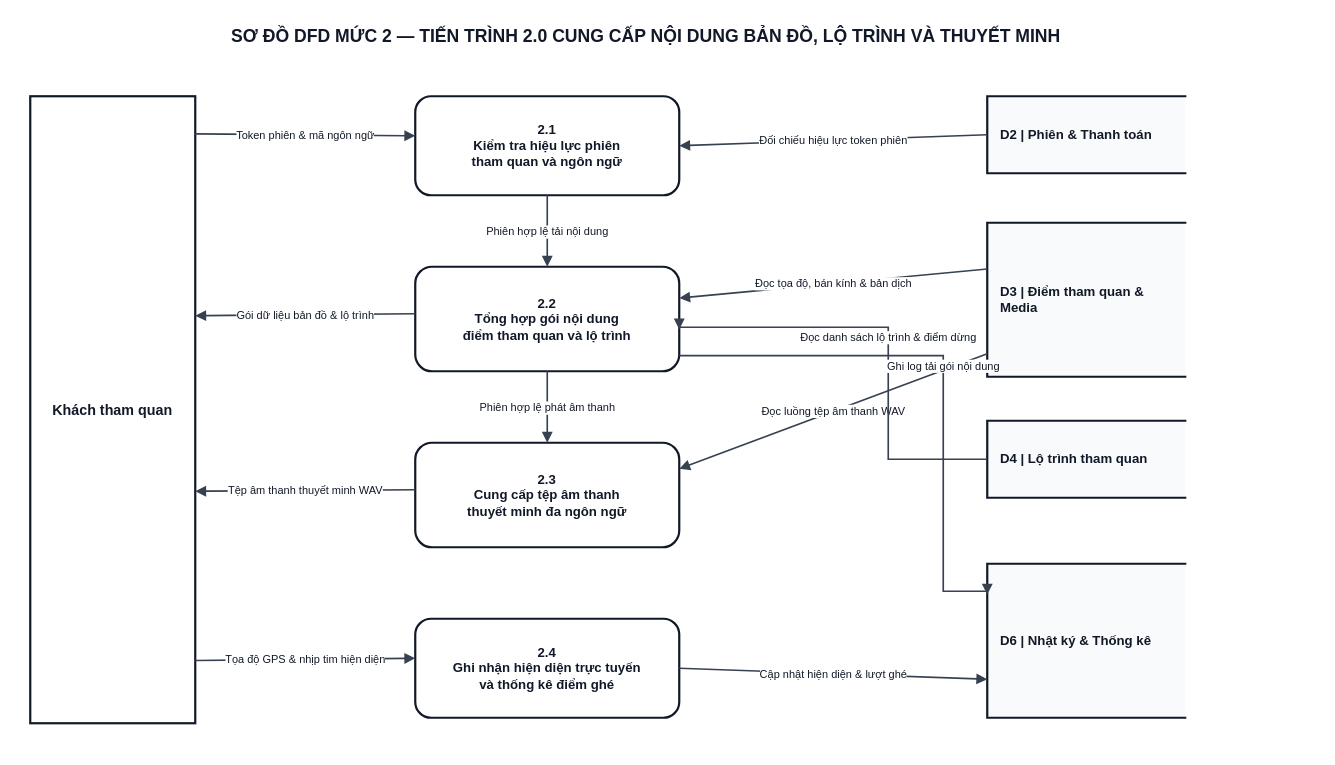
Earlier version of the draw.io diagram docs/diagram/dfd/DFD_Level_2_P2_Visitor_Content_Audio.drawio (Kazuken123/prj_sgu26_cnpm). Source tidied: cells renumbered, new cells numbered last; positions are measured from the earlier drawing's top-left corner, leaving out a move shared by most shapes. Both pictures are drawn from the tidied source at 110%, with x=0, y=0 at pixel (30, 19).
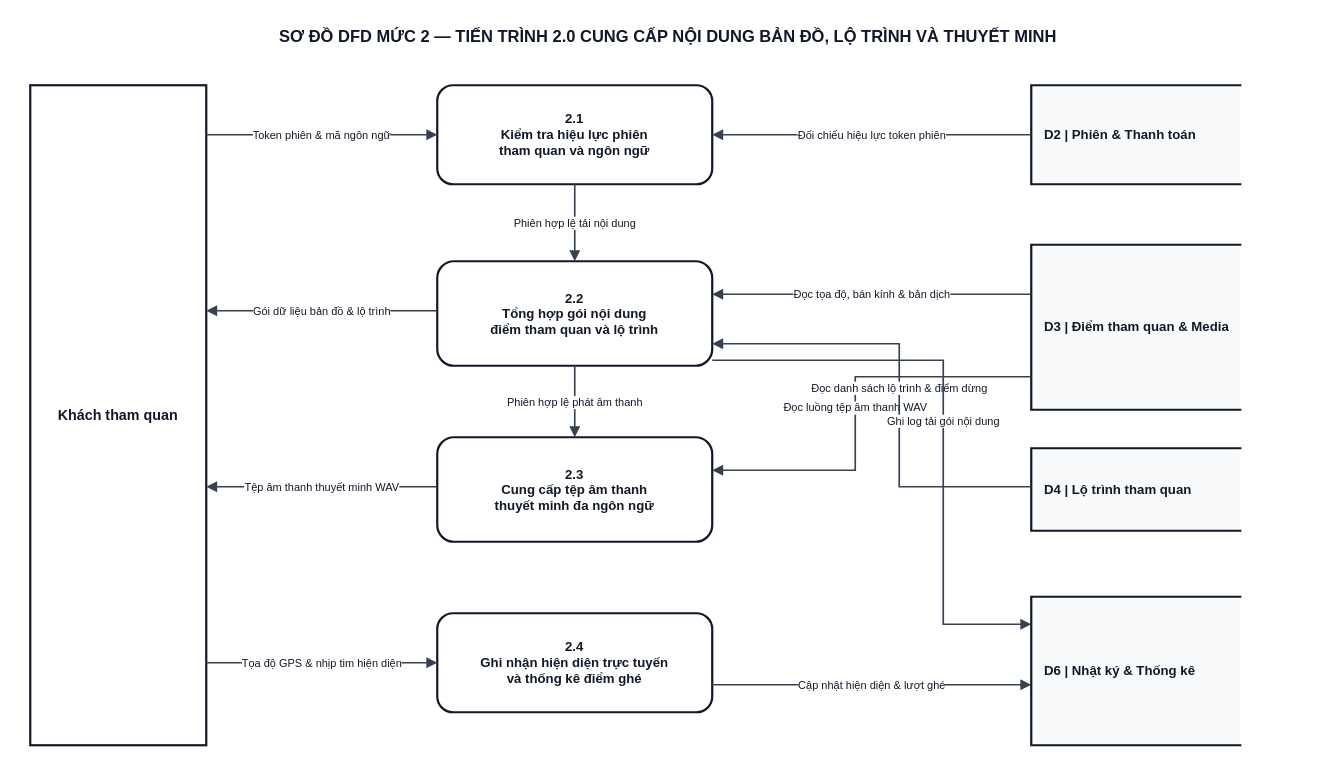
The same page after the edit.

What changed in the source:
```diff
@@
-    <mxCell id="2" value="SƠ ĐỒ DFD MỨC 2 — TIẾN TRÌNH 2.0 CUNG CẤP NỘI DUNG BẢN ĐỒ, LỘ TRÌNH VÀ THUYẾT MINH" style="text;html=1;align=center;verticalAlign=middle;whiteSpace=wrap;fontFamily=Arial;fontSize=16;fontStyle=1;fillColor=none;strokeColor=none;fontColor=#111827;" parent="1" vertex="1">
-      <mxGeometry width="1120" height="30" as="geometry" />
+    <mxCell id="2" value="SƠ ĐỒ DFD MỨC 2 — TIẾN TRÌNH 2.0 CUNG CẤP NỘI DUNG BẢN ĐỒ, LỘ TRÌNH VÀ THUYẾT MINH" style="text;html=1;align=center;verticalAlign=middle;whiteSpace=wrap;fontFamily=Arial;fontSize=15;fontStyle=1;fillColor=none;strokeColor=none;fontColor=#111827;" parent="1" vertex="1">
+      <mxGeometry x="-10" width="1180" height="30" as="geometry" />
     </mxCell>
     <mxCell id="3" value="Khách tham quan" style="rounded=0;whiteSpace=wrap;html=1;fillColor=#FFFFFF;strokeColor=#111827;strokeWidth=2;fontFamily=Arial;fontSize=13;fontStyle=1;fontColor=#111827;align=center;" parent="1" vertex="1">
-      <mxGeometry y="70" width="150" height="570" as="geometry" />
+      <mxGeometry y="60" width="160" height="600" as="geometry" />
     </mxCell>
     <mxCell id="4" value="&lt;b&gt;2.1&lt;/b&gt;&lt;br/&gt;Kiểm tra hiệu lực phiên&lt;br/&gt;tham quan và ngôn ngữ" style="rounded=1;arcSize=16;whiteSpace=wrap;html=1;fillColor=#FFFFFF;strokeColor=#111827;strokeWidth=2;fontFamily=Arial;fontSize=12;fontStyle=1;fontColor=#111827;align=center;" parent="1" vertex="1">
-      <mxGeometry x="350" y="70" width="240" height="90" as="geometry" />
+      <mxGeometry x="370" y="60" width="250" height="90" as="geometry" />
     </mxCell>
     <mxCell id="5" value="&lt;b&gt;2.2&lt;/b&gt;&lt;br/&gt;Tổng hợp gói nội dung&lt;br/&gt;điểm tham quan và lộ trình" style="rounded=1;arcSize=16;whiteSpace=wrap;html=1;fillColor=#FFFFFF;strokeColor=#111827;strokeWidth=2;fontFamily=Arial;fontSize=12;fontStyle=1;fontColor=#111827;align=center;" parent="1" vertex="1">
-      <mxGeometry x="350" y="225" width="240" height="95" as="geometry" />
+      <mxGeometry x="370" y="220" width="250" height="95" as="geometry" />
     </mxCell>
     <mxCell id="6" value="&lt;b&gt;2.3&lt;/b&gt;&lt;br/&gt;Cung cấp tệp âm thanh&lt;br/&gt;thuyết minh đa ngôn ngữ" style="rounded=1;arcSize=16;whiteSpace=wrap;html=1;fillColor=#FFFFFF;strokeColor=#111827;strokeWidth=2;fontFamily=Arial;fontSize=12;fontStyle=1;fontColor=#111827;align=center;" parent="1" vertex="1">
-      <mxGeometry x="350" y="385" width="240" height="95" as="geometry" />
+      <mxGeometry x="370" y="380" width="250" height="95" as="geometry" />
     </mxCell>
     <mxCell id="7" value="&lt;b&gt;2.4&lt;/b&gt;&lt;br/&gt;Ghi nhận hiện diện trực tuyến&lt;br/&gt;và thống kê điểm ghé" style="rounded=1;arcSize=16;whiteSpace=wrap;html=1;fillColor=#FFFFFF;strokeColor=#111827;strokeWidth=2;fontFamily=Arial;fontSize=12;fontStyle=1;fontColor=#111827;align=center;" parent="1" vertex="1">
-      <mxGeometry x="350" y="545" width="240" height="90" as="geometry" />
+      <mxGeometry x="370" y="540" width="250" height="90" as="geometry" />
     </mxCell>
     <mxCell id="8" value="&lt;b&gt;D2&lt;/b&gt; | Phiên &amp; Thanh toán" style="shape=partialRectangle;whiteSpace=wrap;html=1;left=1;right=0;top=1;bottom=1;fillColor=#F9FAFB;strokeColor=#111827;strokeWidth=2;fontFamily=Arial;fontSize=12;fontStyle=1;fontColor=#111827;align=left;spacingLeft=10;" parent="1" vertex="1">
-      <mxGeometry x="870" y="70" width="180" height="70" as="geometry" />
+      <mxGeometry x="910" y="60" width="190" height="90" as="geometry" />
     </mxCell>
     <mxCell id="9" value="&lt;b&gt;D3&lt;/b&gt; | Điểm tham quan &amp; Media" style="shape=partialRectangle;whiteSpace=wrap;html=1;left=1;right=0;top=1;bottom=1;fillColor=#F9FAFB;strokeColor=#111827;strokeWidth=2;fontFamily=Arial;fontSize=12;fontStyle=1;fontColor=#111827;align=left;spacingLeft=10;" parent="1" vertex="1">
-      <mxGeometry x="870" y="185" width="180" height="140" as="geometry" />
+      <mxGeometry x="910" y="205" width="190" height="150" as="geometry" />
     </mxCell>
     <mxCell id="10" value="&lt;b&gt;D4&lt;/b&gt; | Lộ trình tham quan" style="shape=partialRectangle;whiteSpace=wrap;html=1;left=1;right=0;top=1;bottom=1;fillColor=#F9FAFB;strokeColor=#111827;strokeWidth=2;fontFamily=Arial;fontSize=12;fontStyle=1;fontColor=#111827;align=left;spacingLeft=10;" parent="1" vertex="1">
-      <mxGeometry x="870" y="365" width="180" height="70" as="geometry" />
+      <mxGeometry x="910" y="390" width="190" height="75" as="geometry" />
     </mxCell>
     <mxCell id="11" value="&lt;b&gt;D6&lt;/b&gt; | Nhật ký &amp; Thống kê" style="shape=partialRectangle;whiteSpace=wrap;html=1;left=1;right=0;top=1;bottom=1;fillColor=#F9FAFB;strokeColor=#111827;strokeWidth=2;fontFamily=Arial;fontSize=12;fontStyle=1;fontColor=#111827;align=left;spacingLeft=10;" parent="1" vertex="1">
-      <mxGeometry x="870" y="495" width="180" height="140" as="geometry" />
+      <mxGeometry x="910" y="525" width="190" height="135" as="geometry" />
     </mxCell>
-    <mxCell id="12" value="Token phiên &amp; mã ngôn ngữ" style="rounded=0;html=1;strokeColor=#374151;strokeWidth=1.5;endArrow=block;endFill=1;fontFamily=Arial;fontSize=10;fontColor=#111827;labelBackgroundColor=#FFFFFF;spacing=2;exitX=1;exitY=0.06;exitDx=0;exitDy=0;entryX=0;entryY=0.4;entryDx=0;entryDy=0;edgeStyle=none;" parent="1" edge="1" source="3" target="4">
+    <mxCell id="12" value="Token phiên &amp; mã ngôn ngữ" style="edgeStyle=orthogonalEdgeStyle;rounded=0;jettySize=auto;html=1;strokeColor=#374151;strokeWidth=1.5;endArrow=block;endFill=1;fontFamily=Arial;fontSize=10;fontColor=#111827;labelBackgroundColor=#FFFFFF;spacing=2;exitX=1.0000;exitY=0.0750;exitDx=0;exitDy=0;entryX=0.0000;entryY=0.5000;entryDx=0;entryDy=0;" parent="1" edge="1" source="3" target="4">
       <mxGeometry relative="1" as="geometry" />
     </mxCell>
-    <mxCell id="13" value="Gói dữ liệu bản đồ &amp; lộ trình" style="rounded=0;html=1;strokeColor=#374151;strokeWidth=1.5;endArrow=block;endFill=1;fontFamily=Arial;fontSize=10;fontColor=#111827;labelBackgroundColor=#FFFFFF;spacing=2;exitX=0;exitY=0.45;exitDx=0;exitDy=0;entryX=1;entryY=0.35;entryDx=0;entryDy=0;edgeStyle=none;" parent="1" edge="1" source="5" target="3">
+    <mxCell id="13" value="Gói dữ liệu bản đồ &amp; lộ trình" style="edgeStyle=orthogonalEdgeStyle;rounded=0;jettySize=auto;html=1;strokeColor=#374151;strokeWidth=1.5;endArrow=block;endFill=1;fontFamily=Arial;fontSize=10;fontColor=#111827;labelBackgroundColor=#FFFFFF;spacing=2;exitX=0.0000;exitY=0.4737;exitDx=0;exitDy=0;entryX=1.0000;entryY=0.3417;entryDx=0;entryDy=0;" parent="1" edge="1" source="5" target="3">
       <mxGeometry relative="1" as="geometry" />
     </mxCell>
-    <mxCell id="14" value="Tệp âm thanh thuyết minh WAV" style="rounded=0;html=1;strokeColor=#374151;strokeWidth=1.5;endArrow=block;endFill=1;fontFamily=Arial;fontSize=10;fontColor=#111827;labelBackgroundColor=#FFFFFF;spacing=2;exitX=0;exitY=0.45;exitDx=0;exitDy=0;entryX=1;entryY=0.63;entryDx=0;entryDy=0;edgeStyle=none;" parent="1" edge="1" source="6" target="3">
+    <mxCell id="14" value="Tệp âm thanh thuyết minh WAV" style="edgeStyle=orthogonalEdgeStyle;rounded=0;jettySize=auto;html=1;strokeColor=#374151;strokeWidth=1.5;endArrow=block;endFill=1;fontFamily=Arial;fontSize=10;fontColor=#111827;labelBackgroundColor=#FFFFFF;spacing=2;exitX=0.0000;exitY=0.4737;exitDx=0;exitDy=0;entryX=1.0000;entryY=0.6083;entryDx=0;entryDy=0;" parent="1" edge="1" source="6" target="3">
       <mxGeometry relative="1" as="geometry" />
     </mxCell>
-    <mxCell id="15" value="Tọa độ GPS &amp; nhịp tim hiện diện" style="rounded=0;html=1;strokeColor=#374151;strokeWidth=1.5;endArrow=block;endFill=1;fontFamily=Arial;fontSize=10;fontColor=#111827;labelBackgroundColor=#FFFFFF;spacing=2;exitX=1;exitY=0.9;exitDx=0;exitDy=0;entryX=0;entryY=0.4;entryDx=0;entryDy=0;edgeStyle=none;" parent="1" edge="1" source="3" target="7">
+    <mxCell id="15" value="Tọa độ GPS &amp; nhịp tim hiện diện" style="edgeStyle=orthogonalEdgeStyle;rounded=0;jettySize=auto;html=1;strokeColor=#374151;strokeWidth=1.5;endArrow=block;endFill=1;fontFamily=Arial;fontSize=10;fontColor=#111827;labelBackgroundColor=#FFFFFF;spacing=2;exitX=1.0000;exitY=0.8750;exitDx=0;exitDy=0;entryX=0.0000;entryY=0.5000;entryDx=0;entryDy=0;" parent="1" edge="1" source="3" target="7">
       <mxGeometry relative="1" as="geometry" />
     </mxCell>
-    <mxCell id="16" value="Phiên hợp lệ tải nội dung" style="rounded=0;html=1;strokeColor=#374151;strokeWidth=1.5;endArrow=block;endFill=1;fontFamily=Arial;fontSize=10;fontColor=#111827;labelBackgroundColor=#FFFFFF;spacing=2;exitX=0.5;exitY=1;exitDx=0;exitDy=0;entryX=0.5;entryY=0;entryDx=0;entryDy=0;edgeStyle=none;" parent="1" edge="1" source="4" target="5">
+    <mxCell id="16" value="Phiên hợp lệ tải nội dung" style="edgeStyle=orthogonalEdgeStyle;rounded=0;jettySize=auto;html=1;strokeColor=#374151;strokeWidth=1.5;endArrow=block;endFill=1;fontFamily=Arial;fontSize=10;fontColor=#111827;labelBackgroundColor=#FFFFFF;spacing=2;exitX=0.5000;exitY=1.0000;exitDx=0;exitDy=0;entryX=0.5000;entryY=0.0000;entryDx=0;entryDy=0;" parent="1" edge="1" source="4" target="5">
       <mxGeometry relative="1" as="geometry" />
     </mxCell>
-    <mxCell id="17" value="Phiên hợp lệ phát âm thanh" style="rounded=0;html=1;strokeColor=#374151;strokeWidth=1.5;endArrow=block;endFill=1;fontFamily=Arial;fontSize=10;fontColor=#111827;labelBackgroundColor=#FFFFFF;spacing=2;exitX=0.5;exitY=1;exitDx=0;exitDy=0;entryX=0.5;entryY=0;entryDx=0;entryDy=0;edgeStyle=none;" parent="1" edge="1" source="5" target="6">
+    <mxCell id="17" value="Phiên hợp lệ phát âm thanh" style="edgeStyle=orthogonalEdgeStyle;rounded=0;jettySize=auto;html=1;strokeColor=#374151;strokeWidth=1.5;endArrow=block;endFill=1;fontFamily=Arial;fontSize=10;fontColor=#111827;labelBackgroundColor=#FFFFFF;spacing=2;exitX=0.5000;exitY=1.0000;exitDx=0;exitDy=0;entryX=0.5000;entryY=0.0000;entryDx=0;entryDy=0;" parent="1" edge="1" source="5" target="6">
       <mxGeometry relative="1" as="geometry" />
     </mxCell>
-    <mxCell id="18" value="Đối chiếu hiệu lực token phiên" style="rounded=0;html=1;strokeColor=#374151;strokeWidth=1.5;endArrow=block;endFill=1;fontFamily=Arial;fontSize=10;fontColor=#111827;labelBackgroundColor=#FFFFFF;spacing=2;exitX=0;exitY=0.5;exitDx=0;exitDy=0;entryX=1;entryY=0.5;entryDx=0;entryDy=0;edgeStyle=none;" parent="1" edge="1" source="8" target="4">
+    <mxCell id="18" value="Đối chiếu hiệu lực token phiên" style="edgeStyle=orthogonalEdgeStyle;rounded=0;jettySize=auto;html=1;strokeColor=#374151;strokeWidth=1.5;endArrow=block;endFill=1;fontFamily=Arial;fontSize=10;fontColor=#111827;labelBackgroundColor=#FFFFFF;spacing=2;exitX=0.0000;exitY=0.5000;exitDx=0;exitDy=0;entryX=1.0000;entryY=0.5000;entryDx=0;entryDy=0;" parent="1" edge="1" source="8" target="4">
       <mxGeometry relative="1" as="geometry" />
     </mxCell>
-    <mxCell id="19" value="Đọc tọa độ, bán kính &amp; bản dịch" style="rounded=0;html=1;strokeColor=#374151;strokeWidth=1.5;endArrow=block;endFill=1;fontFamily=Arial;fontSize=10;fontColor=#111827;labelBackgroundColor=#FFFFFF;spacing=2;exitX=0;exitY=0.3;exitDx=0;exitDy=0;entryX=1;entryY=0.3;entryDx=0;entryDy=0;edgeStyle=none;" parent="1" edge="1" source="9" target="5">
+    <mxCell id="19" value="Đọc tọa độ, bán kính &amp; bản dịch" style="edgeStyle=orthogonalEdgeStyle;rounded=0;jettySize=auto;html=1;strokeColor=#374151;strokeWidth=1.5;endArrow=block;endFill=1;fontFamily=Arial;fontSize=10;fontColor=#111827;labelBackgroundColor=#FFFFFF;spacing=2;exitX=0.0000;exitY=0.3000;exitDx=0;exitDy=0;entryX=1.0000;entryY=0.3158;entryDx=0;entryDy=0;" parent="1" edge="1" source="9" target="5">
       <mxGeometry relative="1" as="geometry" />
     </mxCell>
-    <mxCell id="20" value="Đọc luồng tệp âm thanh WAV" style="rounded=0;html=1;strokeColor=#374151;strokeWidth=1.5;endArrow=block;endFill=1;fontFamily=Arial;fontSize=10;fontColor=#111827;labelBackgroundColor=#FFFFFF;spacing=2;exitX=0;exitY=0.85;exitDx=0;exitDy=0;entryX=1;entryY=0.25;entryDx=0;entryDy=0;edgeStyle=none;" parent="1" edge="1" source="9" target="6">
-      <mxGeometry relative="1" as="geometry" />
+    <mxCell id="20" value="Đọc luồng tệp âm thanh WAV" style="edgeStyle=orthogonalEdgeStyle;rounded=0;jettySize=auto;html=1;strokeColor=#374151;strokeWidth=1.5;endArrow=block;endFill=1;fontFamily=Arial;fontSize=10;fontColor=#111827;labelBackgroundColor=#FFFFFF;spacing=2;exitX=0.0000;exitY=0.8000;exitDx=0;exitDy=0;entryX=1.0000;entryY=0.3158;entryDx=0;entryDy=0;" parent="1" edge="1" source="9" target="6">
+      <mxGeometry relative="1" as="geometry">
+        <Array as="points">
+          <mxPoint x="910" y="325" />
+          <mxPoint x="750" y="325" />
+          <mxPoint x="750" y="410" />
+          <mxPoint x="620" y="410" />
+        </Array>
+      </mxGeometry>
     </mxCell>
-    <mxCell id="21" value="Đọc danh sách lộ trình &amp; điểm dừng" style="rounded=0;html=1;strokeColor=#374151;strokeWidth=1.5;endArrow=block;endFill=1;fontFamily=Arial;fontSize=10;fontColor=#111827;labelBackgroundColor=#FFFFFF;spacing=2;exitX=0;exitY=0.5;exitDx=0;exitDy=0;entryX=1;entryY=0.6;entryDx=0;entryDy=0;edgeStyle=orthogonalEdgeStyle;jettySize=auto;" parent="1" edge="1" source="10" target="5">
+    <mxCell id="21" value="Đọc danh sách lộ trình &amp; điểm dừng" style="edgeStyle=orthogonalEdgeStyle;rounded=0;jettySize=auto;html=1;strokeColor=#374151;strokeWidth=1.5;endArrow=block;endFill=1;fontFamily=Arial;fontSize=10;fontColor=#111827;labelBackgroundColor=#FFFFFF;spacing=2;exitX=0.0000;exitY=0.4667;exitDx=0;exitDy=0;entryX=1.0000;entryY=0.7895;entryDx=0;entryDy=0;" parent="1" edge="1" source="10" target="5">
       <mxGeometry relative="1" as="geometry">
         <Array as="points">
-          <mxPoint x="870" y="400" />
-          <mxPoint x="780" y="400" />
-          <mxPoint x="780" y="280" />
+          <mxPoint x="910" y="425" />
+          <mxPoint x="790" y="425" />
+          <mxPoint x="790" y="295" />
+          <mxPoint x="620" y="295" />
         </Array>
       </mxGeometry>
     </mxCell>
-    <mxCell id="22" value="Ghi log tải gói nội dung" style="rounded=0;html=1;strokeColor=#374151;strokeWidth=1.5;endArrow=block;endFill=1;fontFamily=Arial;fontSize=10;fontColor=#111827;labelBackgroundColor=#FFFFFF;spacing=2;exitX=1;exitY=0.85;exitDx=0;exitDy=0;entryX=0;entryY=0.2;entryDx=0;entryDy=0;edgeStyle=orthogonalEdgeStyle;jettySize=auto;" parent="1" edge="1" source="5" target="11">
+    <mxCell id="22" value="Ghi log tải gói nội dung" style="edgeStyle=orthogonalEdgeStyle;rounded=0;jettySize=auto;html=1;strokeColor=#374151;strokeWidth=1.5;endArrow=block;endFill=1;fontFamily=Arial;fontSize=10;fontColor=#111827;labelBackgroundColor=#FFFFFF;spacing=2;exitX=1.0000;exitY=0.9474;exitDx=0;exitDy=0;entryX=0.0000;entryY=0.1852;entryDx=0;entryDy=0;" parent="1" edge="1" source="5" target="11">
       <mxGeometry relative="1" as="geometry">
         <Array as="points">
-          <mxPoint x="590" y="305" />
-          <mxPoint x="830" y="305" />
-          <mxPoint x="830" y="520" />
+          <mxPoint x="620" y="310" />
+          <mxPoint x="830" y="310" />
+          <mxPoint x="830" y="550" />
+          <mxPoint x="910" y="550" />
         </Array>
       </mxGeometry>
     </mxCell>
-    <mxCell id="23" value="Cập nhật hiện diện &amp; lượt ghé" style="rounded=0;html=1;strokeColor=#374151;strokeWidth=1.5;endArrow=block;endFill=1;fontFamily=Arial;fontSize=10;fontColor=#111827;labelBackgroundColor=#FFFFFF;spacing=2;exitX=1;exitY=0.5;exitDx=0;exitDy=0;entryX=0;entryY=0.75;entryDx=0;entryDy=0;edgeStyle=none;" parent="1" edge="1" source="7" target="11">
+    <mxCell id="23" value="Cập nhật hiện diện &amp; lượt ghé" style="edgeStyle=orthogonalEdgeStyle;rounded=0;jettySize=auto;html=1;strokeColor=#374151;strokeWidth=1.5;endArrow=block;endFill=1;fontFamily=Arial;fontSize=10;fontColor=#111827;labelBackgroundColor=#FFFFFF;spacing=2;exitX=1.0000;exitY=0.7222;exitDx=0;exitDy=0;entryX=0.0000;entryY=0.5926;entryDx=0;entryDy=0;" parent="1" edge="1" source="7" target="11">
       <mxGeometry relative="1" as="geometry" />
     </mxCell>
```
